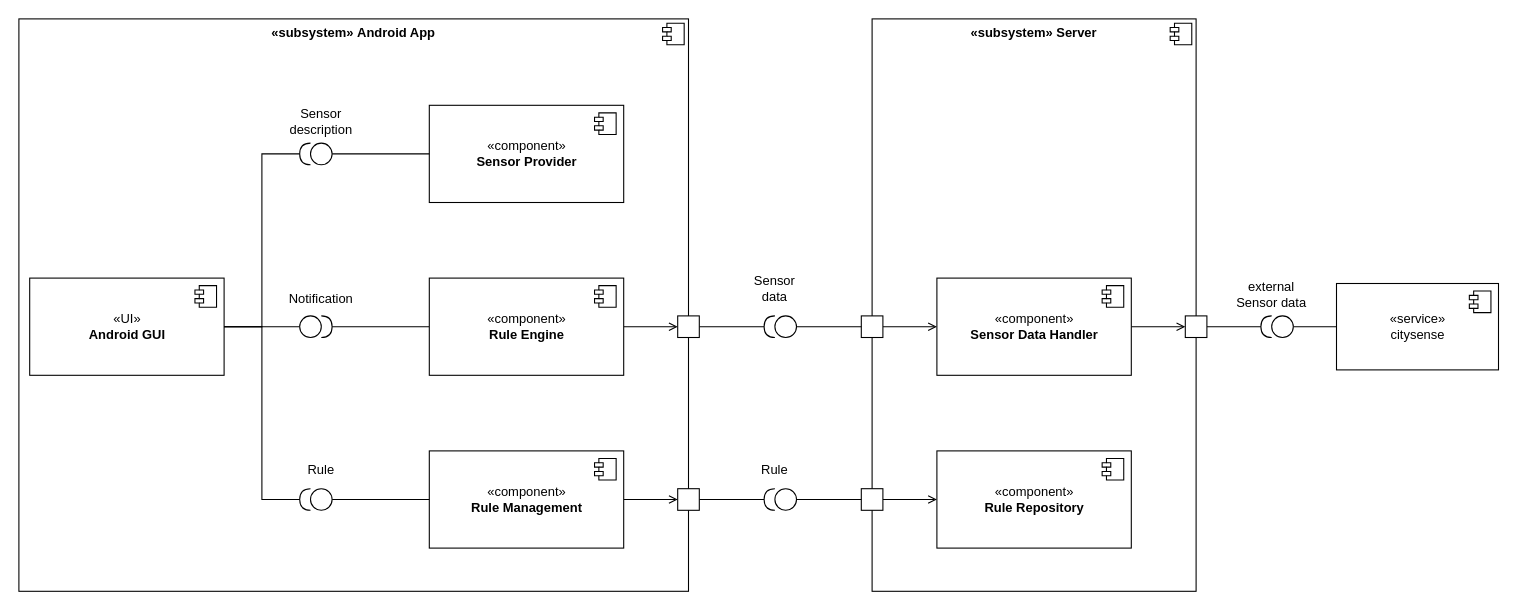
Earlier version of the draw.io diagram ComponentDiagram.drawio (frozzenshooter/LoRaParkAppDocumentation). Source tidied: cells renumbered, new cells numbered last; positions are measured from the earlier drawing's top-left corner, leaving out a move shared by most shapes. Both pictures are drawn from the tidied source at 108%, with x=0, y=0 at pixel (18, 18).
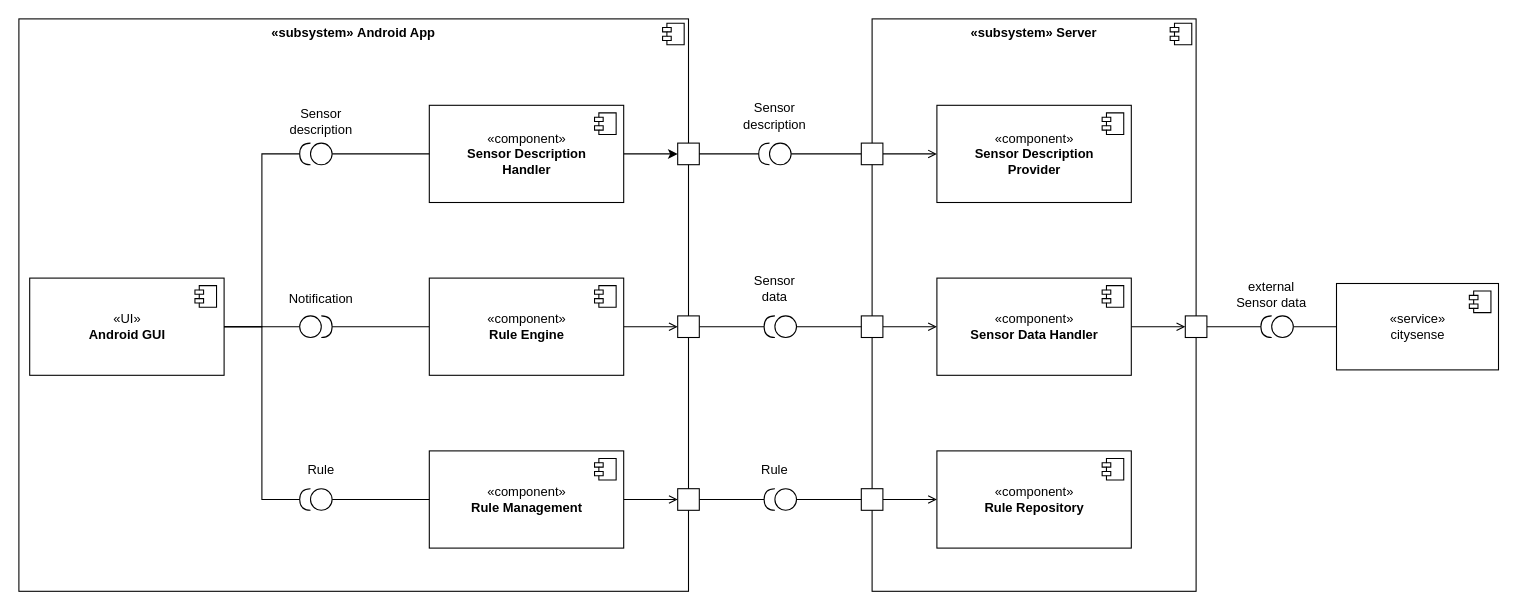
The same page after the edit.

What changed in the source:
```diff
@@
+    <mxCell id="60" style="edgeStyle=orthogonalEdgeStyle;rounded=0;jettySize=auto;html=1;" parent="1" edge="1" source="13" target="61">
+      <mxGeometry relative="1" as="geometry" />
+    </mxCell>
-    <mxCell id="13" value="«component»&lt;br&gt;&lt;b&gt;Sensor Provider&lt;/b&gt;" style="html=1;" parent="1" vertex="1">
+    <mxCell id="13" value="«component»&lt;br&gt;&lt;b&gt;Sensor Description &lt;br&gt;Handler&lt;/b&gt;" style="html=1;" parent="1" vertex="1">
       <mxGeometry x="380" y="80" width="180" height="90" as="geometry" />
     </mxCell>
@@
+    <mxCell id="61" style="whiteSpace=wrap;html=1;" parent="1" vertex="1">
+      <mxGeometry x="610" y="115" width="20" height="20" as="geometry" />
+    </mxCell>
+    <mxCell id="62" style="edgeStyle=orthogonalEdgeStyle;rounded=0;jettySize=auto;html=1;entryX=0;entryY=0.5;entryDx=0;entryDy=0;endArrow=none;endFill=0;" parent="1" edge="1" source="63" target="68">
+      <mxGeometry relative="1" as="geometry" />
+    </mxCell>
+    <mxCell id="63" style="ellipse;whiteSpace=wrap;html=1;" parent="1" vertex="1">
+      <mxGeometry x="695" y="115" width="20" height="20" as="geometry" />
+    </mxCell>
+    <mxCell id="64" style="edgeStyle=orthogonalEdgeStyle;rounded=0;jettySize=auto;html=1;entryX=1;entryY=0.5;entryDx=0;entryDy=0;endArrow=none;endFill=0;" parent="1" edge="1" source="65" target="61">
+      <mxGeometry relative="1" as="geometry" />
+    </mxCell>
+    <mxCell id="65" style="shape=requiredInterface;html=1;verticalLabelPosition=bottom;rotation=-180;" parent="1" vertex="1">
+      <mxGeometry x="685" y="115" width="10" height="20" as="geometry" />
+    </mxCell>
+    <mxCell id="66" value="Sensor&lt;br&gt;description" style="text;html=1;strokeColor=none;fillColor=none;align=center;verticalAlign=middle;whiteSpace=wrap;rounded=0;" parent="1" vertex="1">
+      <mxGeometry x="670" y="75" width="60" height="30" as="geometry" />
+    </mxCell>
+    <mxCell id="67" style="edgeStyle=orthogonalEdgeStyle;rounded=0;jettySize=auto;html=1;endArrow=open;endFill=0;" parent="1" edge="1" source="68" target="69">
+      <mxGeometry relative="1" as="geometry" />
+    </mxCell>
+    <mxCell id="68" style="whiteSpace=wrap;html=1;" parent="1" vertex="1">
+      <mxGeometry x="780" y="115" width="20" height="20" as="geometry" />
+    </mxCell>
+    <mxCell id="69" value="«component»&lt;br&gt;&lt;b&gt;Sensor Description &lt;br&gt;Provider&lt;/b&gt;" style="html=1;" parent="1" vertex="1">
+      <mxGeometry x="850" y="80" width="180" height="90" as="geometry" />
+    </mxCell>
+    <mxCell id="70" style="shape=module;jettyWidth=8;jettyHeight=4;" parent="69" vertex="1">
+      <mxGeometry x="1" width="20" height="20" relative="1" as="geometry">
+        <mxPoint x="-27" y="7" as="offset" />
+      </mxGeometry>
+    </mxCell>
```
